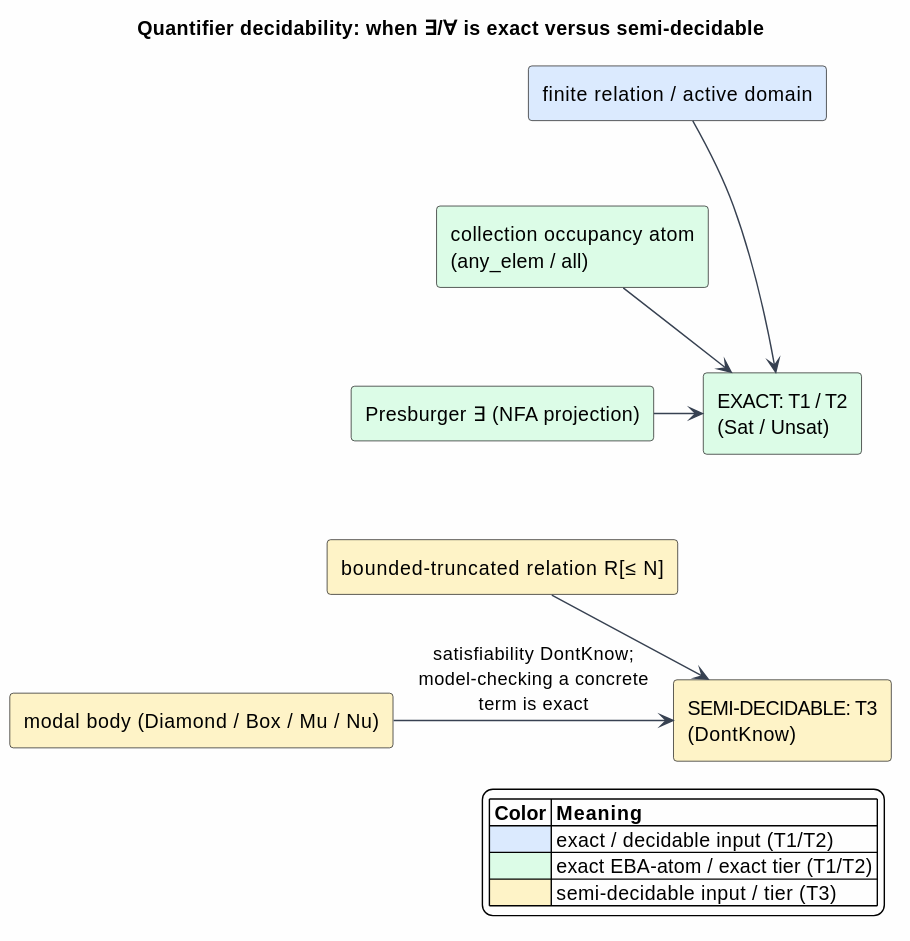
Above: docs/architecture/semantic-predicates/figures/14-decidability-tiers.svg in F1R3FLY-io/mettail-rust (PlantUML), before the change. The source it was exported from:
```plantuml
@startuml
skinparam backgroundColor #FEFEFE
skinparam shadowing false
skinparam ArrowColor #374151
skinparam componentStyle rectangle
skinparam NoteBackgroundColor #FEFEFE
skinparam NoteBorderColor #9CA3AF

title Quantifier decidability: when ∃/∀ is exact versus semi-decidable

rectangle "finite relation / active domain" as REL #DBEAFE
rectangle "collection occupancy atom\n(any_elem / all)" as OCC #DCFCE7
rectangle "Presburger ∃ (NFA projection)" as PRES #DCFCE7
rectangle "bounded-truncated relation R[≤ N]" as BND #FEF3C7
rectangle "modal body (Diamond / Box / Mu / Nu)" as MOD #FEF3C7

rectangle "EXACT: T1 / T2\n(Sat / Unsat)" as EXACT #DCFCE7
rectangle "SEMI-DECIDABLE: T3\n(DontKnow)" as SEMI #FEF3C7

REL  -right-> EXACT
OCC  -right-> EXACT
PRES -right-> EXACT
BND  -right-> SEMI
MOD  -right-> SEMI : "satisfiability DontKnow;\nmodel-checking a concrete\nterm is exact"

REL -[hidden]down- OCC
OCC -[hidden]down- PRES
PRES -[hidden]down- BND
BND -[hidden]down- MOD
EXACT -[hidden]down- SEMI

legend right
  |= Color |= Meaning |
  |<#DBEAFE>   | exact / decidable input (T1/T2) |
  |<#DCFCE7>   | exact EBA-atom / exact tier (T1/T2) |
  |<#FEF3C7>   | semi-decidable input / tier (T3) |
endlegend
@enduml
```
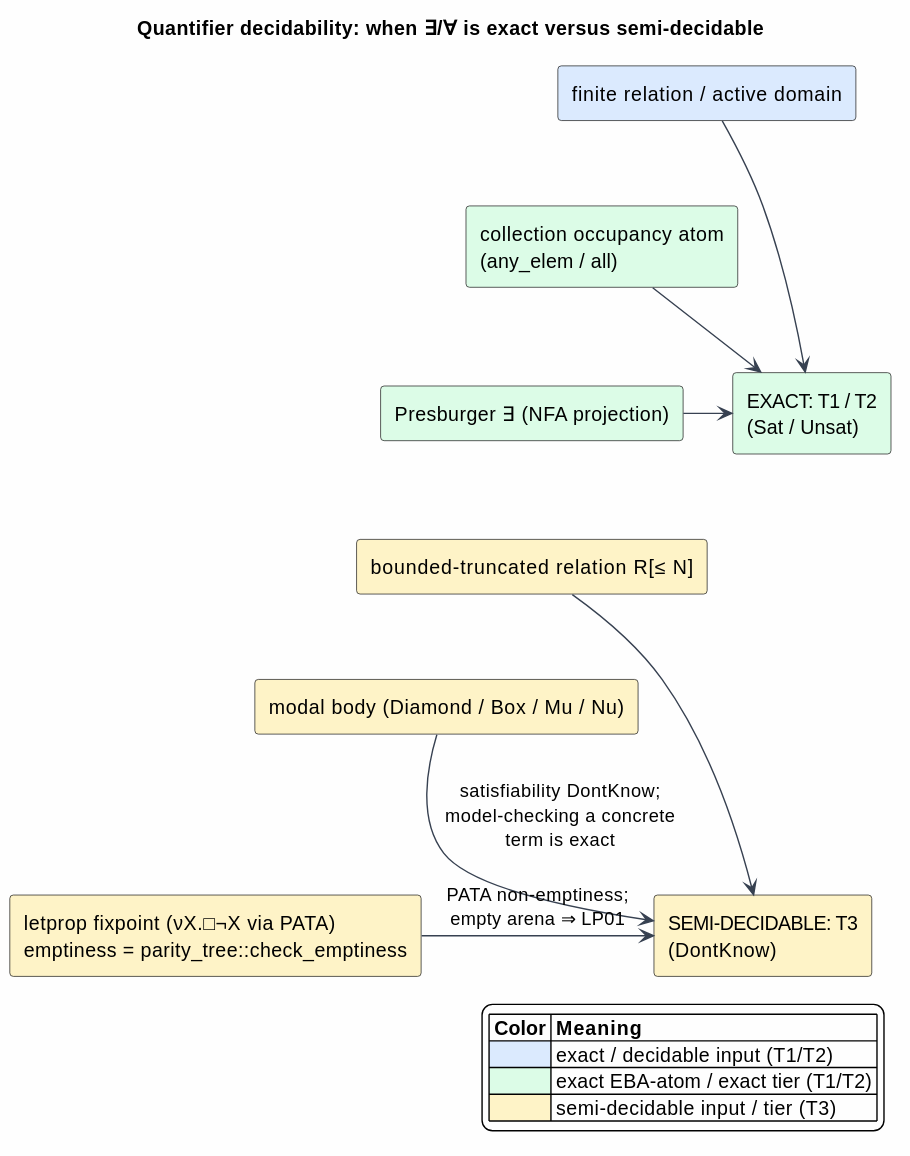
The same diagram one commit later.

Diff of the diagram source:
```diff
@@ -13,6 +13,7 @@
 rectangle "Presburger ∃ (NFA projection)" as PRES #DCFCE7
 rectangle "bounded-truncated relation R[≤ N]" as BND #FEF3C7
 rectangle "modal body (Diamond / Box / Mu / Nu)" as MOD #FEF3C7
+rectangle "letprop fixpoint (νX.□¬X via PATA)\nemptiness = parity_tree::check_emptiness" as LETP #FEF3C7
 
 rectangle "EXACT: T1 / T2\n(Sat / Unsat)" as EXACT #DCFCE7
 rectangle "SEMI-DECIDABLE: T3\n(DontKnow)" as SEMI #FEF3C7
@@ -22,11 +23,13 @@
 PRES -right-> EXACT
 BND  -right-> SEMI
 MOD  -right-> SEMI : "satisfiability DontKnow;\nmodel-checking a concrete\nterm is exact"
+LETP -right-> SEMI : "PATA non-emptiness;\nempty arena ⇒ LP01"
 
 REL -[hidden]down- OCC
 OCC -[hidden]down- PRES
 PRES -[hidden]down- BND
 BND -[hidden]down- MOD
+MOD -[hidden]down- LETP
 EXACT -[hidden]down- SEMI
 
 legend right
```
